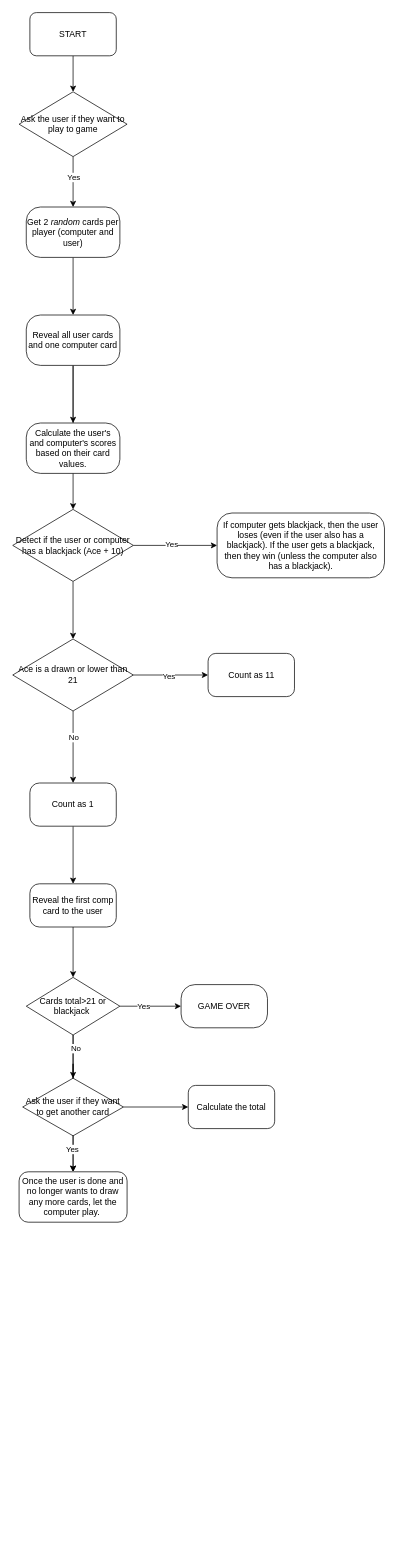
arzuunr/100_day_challenge keeps this draw.io diagram as beginner_projects/flow_charts/blackjack_project.drawio. Above is the earlier version. Source tidied: cells renumbered, new cells numbered last; positions are measured from the earlier drawing's top-left corner, leaving out a move shared by most shapes. Both pictures are drawn from the tidied source at 72%, with x=0, y=0 at pixel (12, 12).
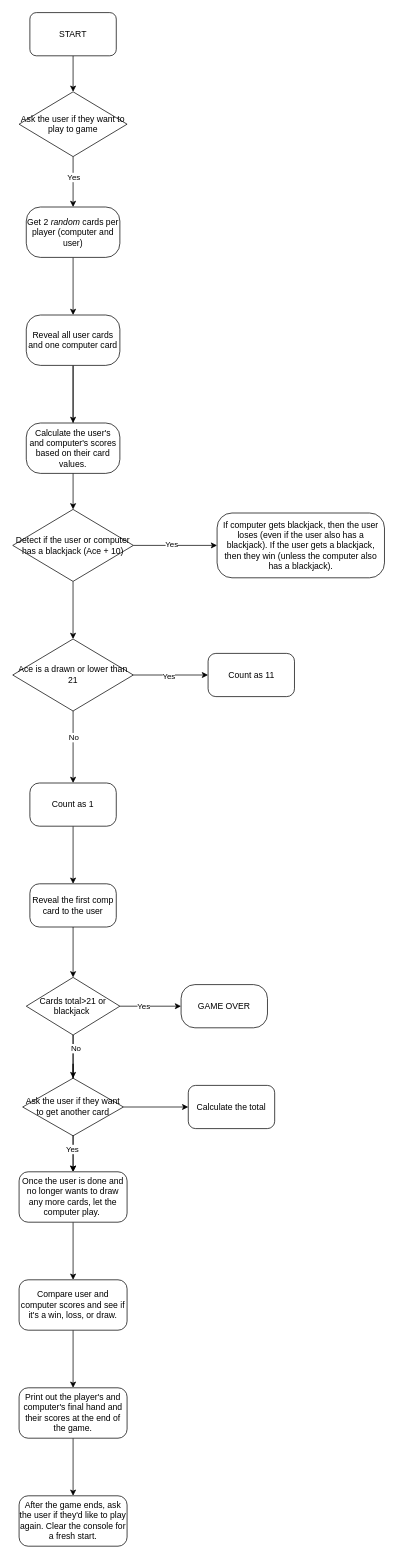
The same diagram, later.

Unchanged cells that the change refers to:
```xml
<mxCell id="37" value="Once the user is done and no longer wants to draw any more cards, let the computer play.&amp;nbsp;" style="whiteSpace=wrap;html=1;rounded=1;arcSize=18;" parent="1" vertex="1">
  <mxGeometry x="9" y="1610" width="150" height="70" as="geometry" />
</mxCell>
```

What changed in the source:
```diff
@@
+    <mxCell id="42" style="edgeStyle=orthogonalEdgeStyle;rounded=0;jettySize=auto;html=1;" parent="1" edge="1" source="37" target="44">
+      <mxGeometry relative="1" as="geometry" />
+    </mxCell>
@@
+    <mxCell id="43" style="edgeStyle=orthogonalEdgeStyle;rounded=0;jettySize=auto;html=1;" parent="1" edge="1" source="44" target="46">
+      <mxGeometry relative="1" as="geometry" />
+    </mxCell>
+    <mxCell id="44" value="Compare user and computer scores and see if it's a win, loss, or draw." style="whiteSpace=wrap;html=1;rounded=1;arcSize=18;" parent="1" vertex="1">
+      <mxGeometry x="9" y="1760" width="150" height="70" as="geometry" />
+    </mxCell>
+    <mxCell id="45" style="edgeStyle=orthogonalEdgeStyle;rounded=0;jettySize=auto;html=1;" parent="1" edge="1" source="46" target="47">
+      <mxGeometry relative="1" as="geometry" />
+    </mxCell>
+    <mxCell id="46" value="Print out the player's and computer's final hand and their scores at the end of the game." style="whiteSpace=wrap;html=1;rounded=1;arcSize=18;" parent="1" vertex="1">
+      <mxGeometry x="9" y="1910" width="150" height="70" as="geometry" />
+    </mxCell>
+    <mxCell id="47" value="After the game ends, ask the user if they'd like to play again. Clear the console for a fresh start." style="whiteSpace=wrap;html=1;rounded=1;arcSize=18;" parent="1" vertex="1">
+      <mxGeometry x="9" y="2060" width="150" height="70" as="geometry" />
+    </mxCell>
```
